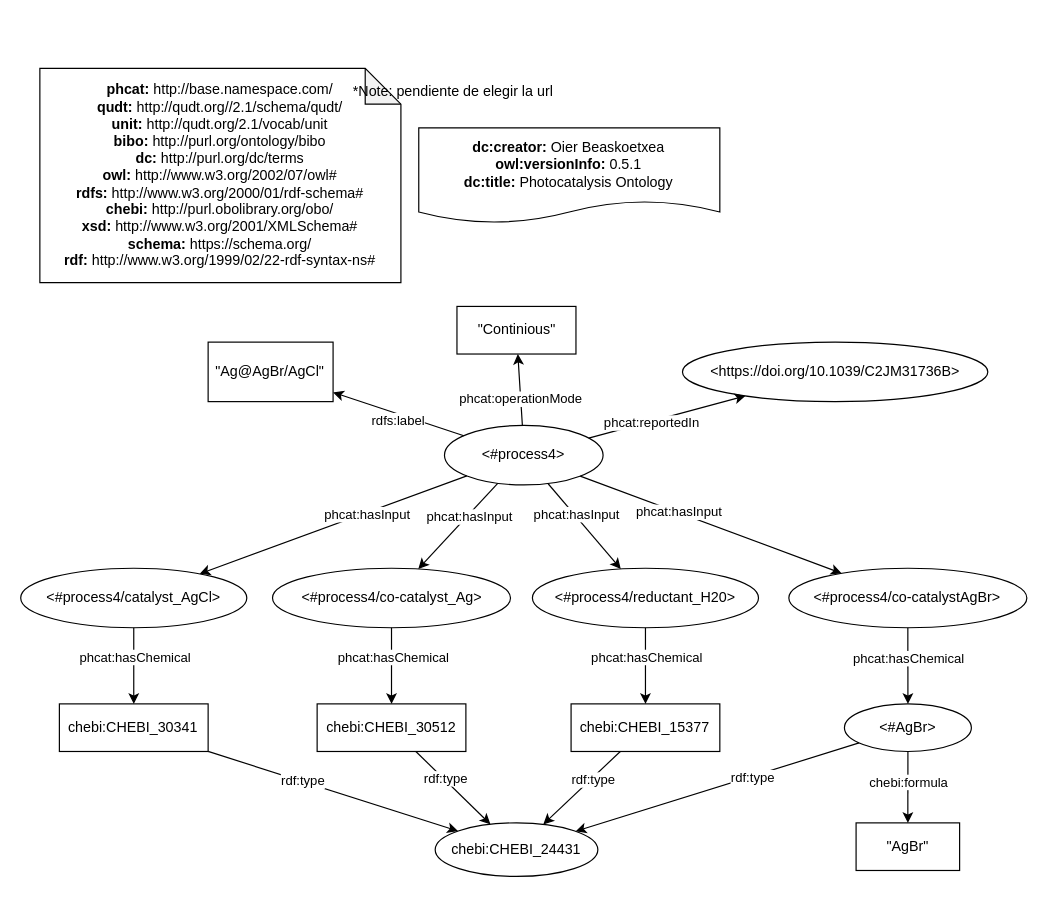
Earlier version of the draw.io diagram page "Ejemplo-input" (3 of 7) of examples/photocatalysis-ontology-example.drawio (SolarChem/solarchem-ontology). Source tidied: cells renumbered, new cells numbered last; positions are measured from the earlier drawing's top-left corner, leaving out a move shared by most shapes. Both pictures are drawn from the tidied source at 119%, with x=0, y=0 at pixel (20, 68).
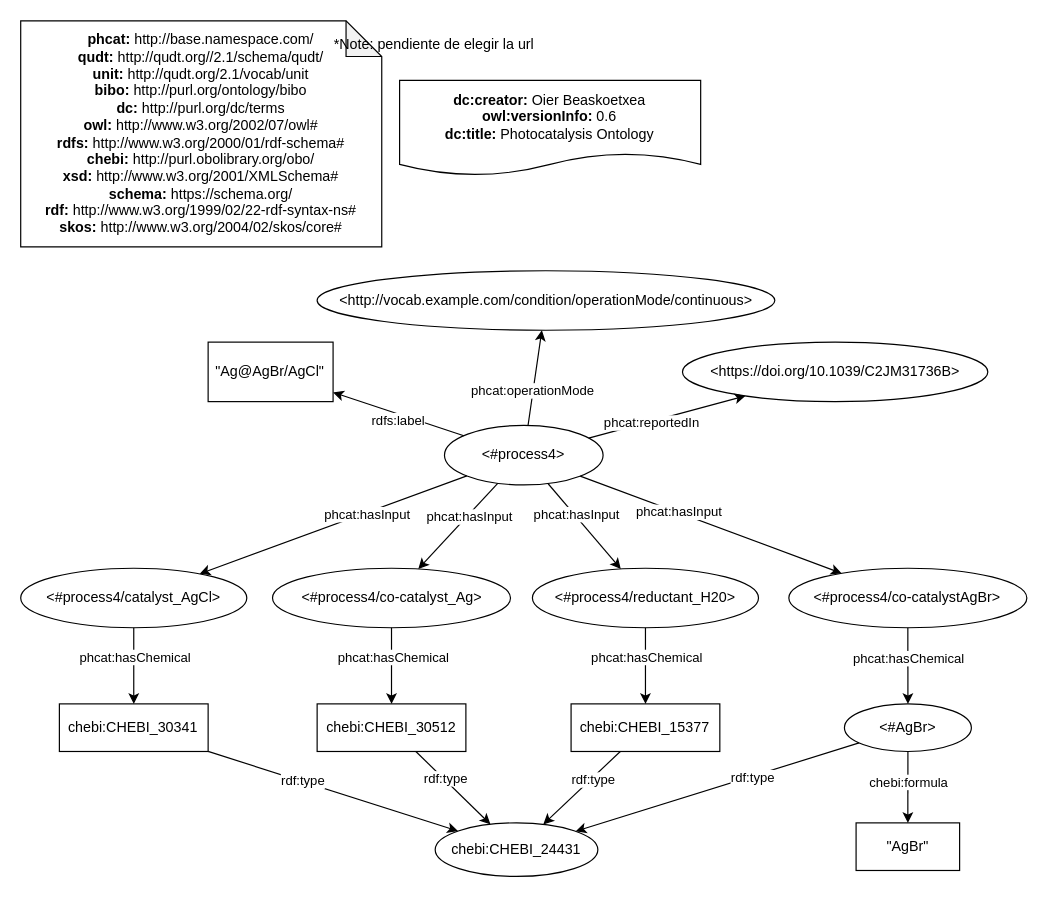
After the change.

Unchanged cells that the change refers to:
```xml
<mxCell id="6" value="&amp;lt;#process4&amp;gt;" style="ellipse;whiteSpace=wrap;html=1;fillColor=default;" parent="1" vertex="1">
  <mxGeometry x="356" y="300" width="133.3" height="50" as="geometry" />
</mxCell>
```

Change to the diagram source:
```diff
@@
-    <mxCell id="2" value="&lt;div&gt;&lt;b&gt;dc:creator:&lt;/b&gt;&amp;nbsp;Oier Beaskoetxea&lt;/div&gt;&lt;div&gt;&lt;b&gt;owl:versionInfo:&lt;/b&gt; 0.5.1&lt;/div&gt;&lt;div&gt;&lt;b&gt;dc:title:&lt;/b&gt;&amp;nbsp;Photocatalysis Ontology&lt;/div&gt;" style="shape=document;whiteSpace=wrap;html=1;boundedLbl=1;labelBackgroundColor=#ffffff;strokeColor=#000000;fontSize=12;fontColor=#000000;size=0.23333333333333334;" parent="1" vertex="1">
-      <mxGeometry x="334.4" y="50" width="253" height="80" as="geometry" />
+    <mxCell id="2" value="&lt;div&gt;&lt;b&gt;dc:creator:&lt;/b&gt;&amp;nbsp;Oier Beaskoetxea&lt;/div&gt;&lt;div&gt;&lt;b&gt;owl:versionInfo:&lt;/b&gt; 0.6&lt;/div&gt;&lt;div&gt;&lt;b&gt;dc:title:&lt;/b&gt;&amp;nbsp;Photocatalysis Ontology&lt;/div&gt;" style="shape=document;whiteSpace=wrap;html=1;boundedLbl=1;labelBackgroundColor=#ffffff;strokeColor=#000000;fontSize=12;fontColor=#000000;size=0.23333333333333334;" parent="1" vertex="1">
+      <mxGeometry x="318.3" y="10" width="253" height="80" as="geometry" />
     </mxCell>
-    <mxCell id="3" value="&lt;div&gt;&lt;b&gt;phcat:&lt;/b&gt;&amp;nbsp;http://base.namespace.com/&lt;/div&gt;&lt;b&gt;qudt:&lt;/b&gt;&amp;nbsp;http://qudt.org//2.1/schema/qudt/&lt;div&gt;&lt;b&gt;unit:&amp;nbsp;&lt;/b&gt;http://qudt.org/2.1/vocab/unit&lt;br&gt;&lt;/div&gt;&lt;div&gt;&lt;b&gt;bibo:&amp;nbsp;&lt;/b&gt;http://purl.org/ontology/bibo&lt;/div&gt;&lt;b&gt;dc:&amp;nbsp;&lt;/b&gt;http://purl.org/dc/terms&lt;br&gt;&lt;b&gt;owl:&amp;nbsp;&lt;/b&gt;http://www.w3.org/2002/07/owl#&lt;br&gt;&lt;b&gt;rdfs:&amp;nbsp;&lt;/b&gt;http://www.w3.org/2000/01/rdf-schema#&lt;br&gt;&lt;div&gt;&lt;b&gt;chebi:&amp;nbsp;&lt;/b&gt;http://purl.obolibrary.org/obo/&lt;/div&gt;&lt;div&gt;&lt;b&gt;xsd:&amp;nbsp;&lt;/b&gt;http://www.w3.org/2001/XMLSchema#&lt;br&gt;&lt;/div&gt;&lt;div&gt;&lt;b&gt;schema:&lt;/b&gt;&amp;nbsp;https://schema.org/&lt;br&gt;&lt;/div&gt;&lt;div&gt;&lt;b&gt;rdf:&amp;nbsp;&lt;/b&gt;http://www.w3.org/1999/02/22-rdf-syntax-ns#&lt;/div&gt;" style="shape=note;whiteSpace=wrap;html=1;backgroundOutline=1;darkOpacity=0.05;align=center;" parent="1" vertex="1">
-      <mxGeometry x="16" width="303.4" height="180" as="geometry" />
+    <mxCell id="3" value="&lt;div&gt;&lt;b&gt;phcat:&lt;/b&gt;&amp;nbsp;http://base.namespace.com/&lt;/div&gt;&lt;b&gt;qudt:&lt;/b&gt;&amp;nbsp;http://qudt.org//2.1/schema/qudt/&lt;div&gt;&lt;b&gt;unit:&amp;nbsp;&lt;/b&gt;http://qudt.org/2.1/vocab/unit&lt;br&gt;&lt;/div&gt;&lt;div&gt;&lt;b&gt;bibo:&amp;nbsp;&lt;/b&gt;http://purl.org/ontology/bibo&lt;/div&gt;&lt;b&gt;dc:&amp;nbsp;&lt;/b&gt;http://purl.org/dc/terms&lt;br&gt;&lt;b&gt;owl:&amp;nbsp;&lt;/b&gt;http://www.w3.org/2002/07/owl#&lt;br&gt;&lt;b&gt;rdfs:&amp;nbsp;&lt;/b&gt;http://www.w3.org/2000/01/rdf-schema#&lt;br&gt;&lt;div&gt;&lt;b&gt;chebi:&amp;nbsp;&lt;/b&gt;http://purl.obolibrary.org/obo/&lt;/div&gt;&lt;div&gt;&lt;b&gt;xsd:&amp;nbsp;&lt;/b&gt;http://www.w3.org/2001/XMLSchema#&lt;br&gt;&lt;/div&gt;&lt;div&gt;&lt;b&gt;schema:&lt;/b&gt;&amp;nbsp;https://schema.org/&lt;br&gt;&lt;/div&gt;&lt;div&gt;&lt;b&gt;rdf:&amp;nbsp;&lt;/b&gt;http://www.w3.org/1999/02/22-rdf-syntax-ns#&lt;/div&gt;&lt;div&gt;&lt;b&gt;skos:&lt;/b&gt;&amp;nbsp;http://www.w3.org/2004/02/skos/core#&lt;br&gt;&lt;/div&gt;" style="shape=note;whiteSpace=wrap;html=1;backgroundOutline=1;darkOpacity=0.05;align=center;" parent="1" vertex="1">
+      <mxGeometry x="-0.1" y="-40" width="303.4" height="190" as="geometry" />
     </mxCell>
     <mxCell id="4" value="*Note: pendiente de elegir la url" style="text;html=1;align=center;verticalAlign=middle;strokeColor=none;fillColor=none;" parent="1" vertex="1">
-      <mxGeometry x="272.6" y="10" width="180" height="20" as="geometry" />
+      <mxGeometry x="256.5" y="-30" width="180" height="20" as="geometry" />
     </mxCell>
@@
-    <mxCell id="9" value="&quot;Continious&quot;" style="rounded=0;whiteSpace=wrap;html=1;fillColor=default;" parent="1" vertex="1">
-      <mxGeometry x="366.5" y="200" width="100" height="40" as="geometry" />
-    </mxCell>
-    <mxCell id="10" style="edgeStyle=none;html=1;" parent="1" edge="1" source="6" target="9">
+    <mxCell id="10" style="edgeStyle=none;html=1;" parent="1" edge="1" source="6" target="51">
       <mxGeometry relative="1" as="geometry" />
     </mxCell>
@@
+    <mxCell id="51" value="&amp;lt;http://vocab.example.com/condition/operationMode/continuous&amp;gt;" style="ellipse;whiteSpace=wrap;html=1;fillColor=default;" parent="1" vertex="1">
+      <mxGeometry x="249" y="170" width="384.6" height="50" as="geometry" />
+    </mxCell>
```
